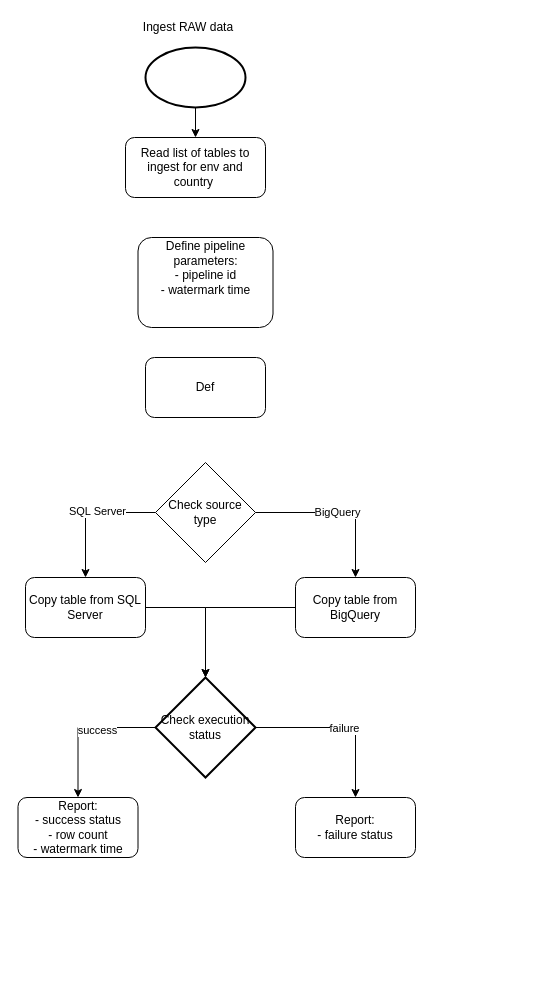
norbitek/drawio keeps this draw.io diagram as ADF.drawio. Above is the earlier version. Source tidied: cells renumbered, new cells numbered last; positions are measured from the earlier drawing's top-left corner, leaving out a move shared by most shapes. Both pictures are drawn from the tidied source at 100%, with x=0, y=0 at pixel (17, 17).
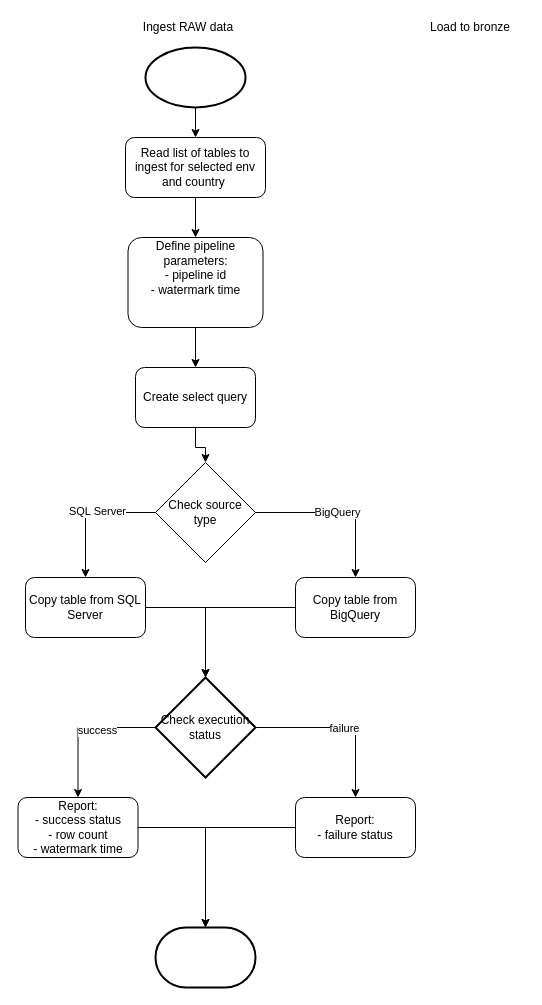
Above is the later version.

Unchanged cells that the change refers to:
```xml
<mxCell id="12" value="Check source type" style="rhombus;whiteSpace=wrap;html=1;" parent="1" vertex="1">
  <mxGeometry x="138" y="445" width="100" height="100" as="geometry" />
</mxCell>
<mxCell id="19" value="Report:&lt;div&gt;- success status&lt;/div&gt;&lt;div&gt;- row count&lt;/div&gt;&lt;div&gt;&lt;span style=&quot;background-color: initial;&quot;&gt;- watermark time&lt;/span&gt;&lt;/div&gt;" style="rounded=1;whiteSpace=wrap;html=1;" parent="1" vertex="1">
  <mxGeometry x="0.5" y="780" width="120" height="60" as="geometry" />
</mxCell>
<mxCell id="20" value="Report:&lt;div&gt;- failure status&lt;/div&gt;" style="rounded=1;whiteSpace=wrap;html=1;" parent="1" vertex="1">
  <mxGeometry x="278" y="780" width="120" height="60" as="geometry" />
</mxCell>
```

What changed in the source:
```diff
@@
+    <mxCell id="24" style="edgeStyle=orthogonalEdgeStyle;rounded=0;jettySize=auto;html=1;" parent="1" edge="1" source="2" target="3">
+      <mxGeometry relative="1" as="geometry" />
+    </mxCell>
-    <mxCell id="2" value="Read list of tables to ingest for env and country&amp;nbsp;" style="rounded=1;whiteSpace=wrap;html=1;fontSize=12;glass=0;strokeWidth=1;shadow=0;" parent="1" vertex="1">
+    <mxCell id="2" value="Read list of tables to ingest for selected env and country&amp;nbsp;" style="rounded=1;whiteSpace=wrap;html=1;fontSize=12;glass=0;strokeWidth=1;shadow=0;" parent="1" vertex="1">
       <mxGeometry x="108" y="120" width="140" height="60" as="geometry" />
     </mxCell>
+    <mxCell id="25" style="edgeStyle=orthogonalEdgeStyle;rounded=0;jettySize=auto;html=1;" parent="1" edge="1" source="3" target="13">
+      <mxGeometry relative="1" as="geometry" />
+    </mxCell>
     <mxCell id="3" value="Define pipeline parameters:&lt;div&gt;- pipeline id&lt;/div&gt;&lt;div&gt;- watermark time&lt;/div&gt;&lt;div&gt;&lt;br&gt;&lt;div&gt;&lt;br&gt;&lt;/div&gt;&lt;/div&gt;" style="rounded=1;whiteSpace=wrap;html=1;" parent="1" vertex="1">
-      <mxGeometry x="120.5" y="220" width="135" height="90" as="geometry" />
+      <mxGeometry x="110.5" y="220" width="135" height="90" as="geometry" />
     </mxCell>
@@
+    <mxCell id="26" style="edgeStyle=orthogonalEdgeStyle;rounded=0;jettySize=auto;html=1;" parent="1" edge="1" source="13" target="12">
+      <mxGeometry relative="1" as="geometry" />
+    </mxCell>
-    <mxCell id="13" value="Def" style="rounded=1;whiteSpace=wrap;html=1;" parent="1" vertex="1">
-      <mxGeometry x="128" y="340" width="120" height="60" as="geometry" />
+    <mxCell id="13" value="Create select query" style="rounded=1;whiteSpace=wrap;html=1;" parent="1" vertex="1">
+      <mxGeometry x="118" y="350" width="120" height="60" as="geometry" />
     </mxCell>
@@
+    <mxCell id="27" style="edgeStyle=orthogonalEdgeStyle;rounded=0;jettySize=auto;html=1;" parent="1" edge="1" source="19" target="30">
+      <mxGeometry relative="1" as="geometry" />
+    </mxCell>
@@
+    <mxCell id="28" style="edgeStyle=orthogonalEdgeStyle;rounded=0;jettySize=auto;html=1;" parent="1" edge="1" source="20" target="30">
+      <mxGeometry relative="1" as="geometry" />
+    </mxCell>
@@
+    <mxCell id="29" value="Load to bronze" style="text;html=1;align=center;verticalAlign=middle;whiteSpace=wrap;rounded=0;" parent="1" vertex="1">
+      <mxGeometry x="398" width="110" height="20" as="geometry" />
+    </mxCell>
+    <mxCell id="30" style="strokeWidth=2;html=1;shape=mxgraph.flowchart.terminator;whiteSpace=wrap;" parent="1" vertex="1">
+      <mxGeometry x="138" y="910" width="100" height="60" as="geometry" />
+    </mxCell>
```
